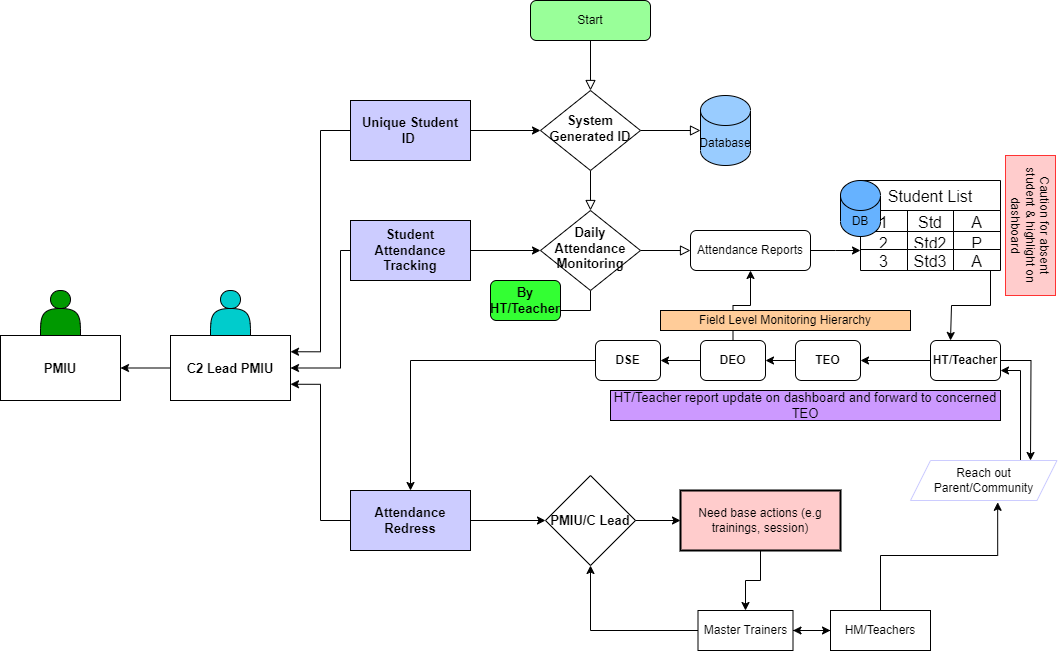
The draw.io diagram abc.drawio.png in imran-solangin/php-learning, before a commit. Source tidied: cells renumbered, new cells last; positions are measured from the earlier drawing's top-left corner, leaving out a move shared by most shapes.
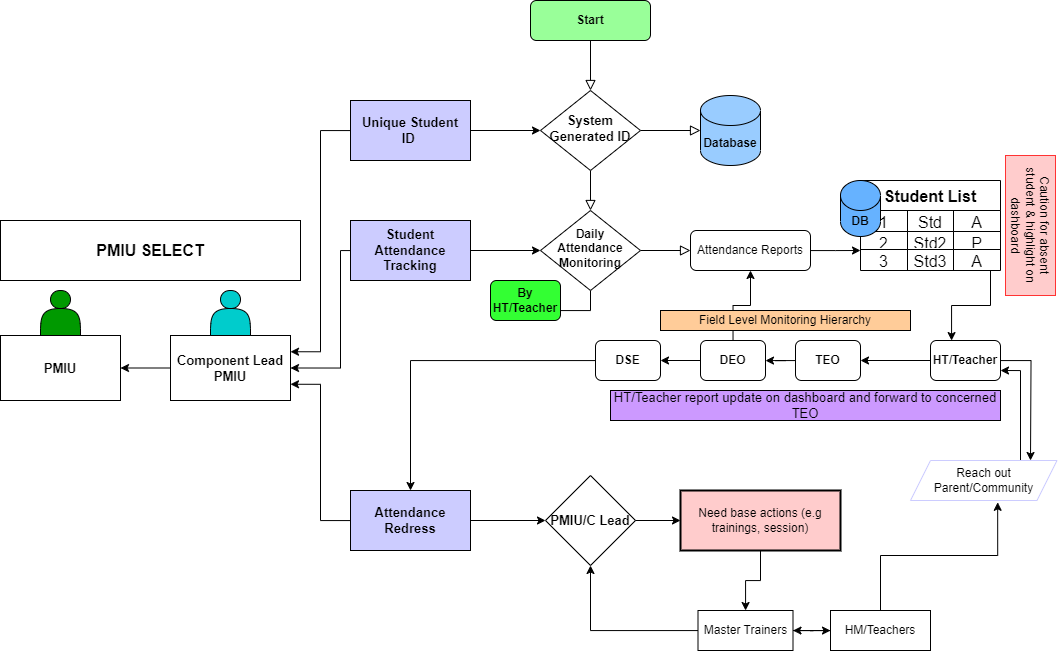
Later version of the same file.

What changed in the source:
```diff
@@ -5,7 +5,7 @@
     <mxCell id="2" style="rounded=0;html=1;jettySize=auto;fontSize=11;endArrow=block;endFill=0;endSize=8;strokeWidth=1;shadow=0;labelBackgroundColor=none;edgeStyle=orthogonalEdgeStyle;" parent="1" edge="1" source="3" target="6">
       <mxGeometry relative="1" as="geometry" />
     </mxCell>
-    <mxCell id="3" value="Start" style="rounded=1;whiteSpace=wrap;html=1;fontSize=12;glass=0;strokeWidth=1;shadow=0;fillColor=#99FF99;" parent="1" vertex="1">
+    <mxCell id="3" value="Start" style="rounded=1;whiteSpace=wrap;html=1;fontSize=12;glass=0;strokeWidth=1;shadow=0;fillColor=#99FF99;fontStyle=1;" parent="1" vertex="1">
       <mxGeometry x="530" width="120" height="40" as="geometry" />
     </mxCell>
     <mxCell id="4" value="Yes" style="rounded=0;jettySize=auto;endArrow=block;endFill=0;endSize=8;strokeWidth=1;shadow=0;edgeStyle=orthogonalEdgeStyle;labelBackgroundColor=none;fontColor=none;noLabel=1;" parent="1" edge="1" source="6" target="9">
@@ -23,7 +23,7 @@
     <mxCell id="8" style="edgeStyle=orthogonalEdgeStyle;rounded=0;jettySize=auto;html=1;" parent="1" edge="1" source="9" target="53">
       <mxGeometry relative="1" as="geometry" />
     </mxCell>
-    <mxCell id="9" value="Daily Attendance Monitoring" style="rhombus;whiteSpace=wrap;html=1;shadow=0;fontFamily=Helvetica;fontSize=13;align=center;strokeWidth=1;spacing=6;spacingTop=-4;fontStyle=1;" parent="1" vertex="1">
+    <mxCell id="9" value="Daily Attendance Monitoring" style="rhombus;whiteSpace=wrap;html=1;shadow=0;fontFamily=Helvetica;fontSize=12;align=center;strokeWidth=1;spacing=6;spacingTop=-4;fontStyle=1;" parent="1" vertex="1">
       <mxGeometry x="540" y="210" width="100" height="80" as="geometry" />
     </mxCell>
     <mxCell id="10" style="edgeStyle=orthogonalEdgeStyle;rounded=0;jettySize=auto;html=1;" parent="1" edge="1" source="11">
@@ -57,8 +57,8 @@
     <mxCell id="17" value="&lt;b style=&quot;font-size: 13px;&quot;&gt;Student Attendance&lt;br style=&quot;font-size: 13px;&quot;&gt;Tracking&lt;/b&gt;" style="rounded=0;whiteSpace=wrap;html=1;fillColor=#CCCCFF;fontSize=13;" parent="1" vertex="1">
       <mxGeometry x="350" y="220" width="120" height="60" as="geometry" />
     </mxCell>
-    <mxCell id="18" value="Database" style="shape=cylinder3;whiteSpace=wrap;html=1;boundedLbl=1;backgroundOutline=1;size=15;fillColor=#99CCFF;" parent="1" vertex="1">
-      <mxGeometry x="700" y="95" width="50" height="70" as="geometry" />
+    <mxCell id="18" value="Database" style="shape=cylinder3;whiteSpace=wrap;html=1;boundedLbl=1;backgroundOutline=1;size=15;fillColor=#99CCFF;fontStyle=1;" parent="1" vertex="1">
+      <mxGeometry x="700" y="95" width="60" height="70" as="geometry" />
     </mxCell>
     <mxCell id="19" style="edgeStyle=orthogonalEdgeStyle;rounded=0;jettySize=auto;html=1;" parent="1" edge="1" source="21" target="55">
       <mxGeometry relative="1" as="geometry" />
@@ -69,7 +69,7 @@
     <mxCell id="21" value="&lt;b style=&quot;font-size: 13px;&quot;&gt;Attendance &lt;br style=&quot;font-size: 13px;&quot;&gt;Redress&lt;/b&gt;" style="rounded=0;whiteSpace=wrap;html=1;fillColor=#CCCCFF;fontSize=13;" parent="1" vertex="1">
       <mxGeometry x="350" y="490" width="120" height="60" as="geometry" />
     </mxCell>
-    <mxCell id="22" value="Student List" style="shape=table;startSize=30;strokeColor=default;fontSize=16;" parent="1" vertex="1">
+    <mxCell id="22" value="Student List" style="shape=table;startSize=30;strokeColor=default;fontSize=16;fontStyle=1;" parent="1" vertex="1">
       <mxGeometry x="860" y="180" width="140" height="90" as="geometry" />
     </mxCell>
     <mxCell id="23" style="shape=tableRow;horizontal=0;startSize=0;swimlaneHead=0;swimlaneBody=0;strokeColor=inherit;top=0;left=0;bottom=0;right=0;fillColor=none;fontSize=16;" parent="22" vertex="1">
@@ -171,10 +171,10 @@
     <mxCell id="51" value="Caution for absent student &amp;amp; highlight on dashboard" style="rounded=0;whiteSpace=wrap;html=1;rotation=90;strokeColor=#FF3333;fillColor=#FFCCCC;" parent="1" vertex="1">
       <mxGeometry x="960" y="200" width="140" height="50" as="geometry" />
     </mxCell>
-    <mxCell id="52" value="DB" style="shape=cylinder3;whiteSpace=wrap;html=1;boundedLbl=1;backgroundOutline=1;size=15;fillColor=#66B2FF;" parent="1" vertex="1">
+    <mxCell id="52" value="DB" style="shape=cylinder3;whiteSpace=wrap;html=1;boundedLbl=1;backgroundOutline=1;size=15;fillColor=#66B2FF;fontStyle=1;" parent="1" vertex="1">
       <mxGeometry x="840" y="180" width="40" height="56" as="geometry" />
     </mxCell>
-    <mxCell id="53" value="By HT/Teacher" style="rounded=1;whiteSpace=wrap;html=1;fontStyle=1;fontSize=13;fillColor=#33FF33;" parent="1" vertex="1">
+    <mxCell id="53" value="By HT/Teacher" style="rounded=1;whiteSpace=wrap;html=1;fontStyle=1;fontSize=12;fillColor=#33FF33;" parent="1" vertex="1">
       <mxGeometry x="490" y="280" width="70" height="40" as="geometry" />
     </mxCell>
     <mxCell id="54" style="edgeStyle=orthogonalEdgeStyle;rounded=0;jettySize=auto;html=1;" parent="1" edge="1" source="55" target="57">
@@ -216,11 +216,14 @@
     <mxCell id="66" style="edgeStyle=orthogonalEdgeStyle;rounded=0;jettySize=auto;html=1;" parent="1" edge="1" source="67" target="65">
       <mxGeometry relative="1" as="geometry" />
     </mxCell>
-    <mxCell id="67" value="C2 Lead PMIU" style="rounded=0;whiteSpace=wrap;html=1;fontStyle=1;fontSize=13;" parent="1" vertex="1">
+    <mxCell id="67" value="Component Lead PMIU" style="rounded=0;whiteSpace=wrap;html=1;fontStyle=1;fontSize=13;" parent="1" vertex="1">
       <mxGeometry x="170" y="335" width="120" height="65" as="geometry" />
     </mxCell>
     <mxCell id="68" style="shape=actor;whiteSpace=wrap;html=1;fillColor=#00CCCC;" parent="1" vertex="1">
       <mxGeometry x="210" y="290" width="40" height="45" as="geometry" />
     </mxCell>
+    <mxCell id="69" value="PMIU SELECT" style="rounded=0;whiteSpace=wrap;html=1;fontSize=16;fontStyle=1;" parent="1" vertex="1">
+      <mxGeometry y="220" width="300" height="60" as="geometry" />
+    </mxCell>
   </root>
 </mxGraphModel>
```
